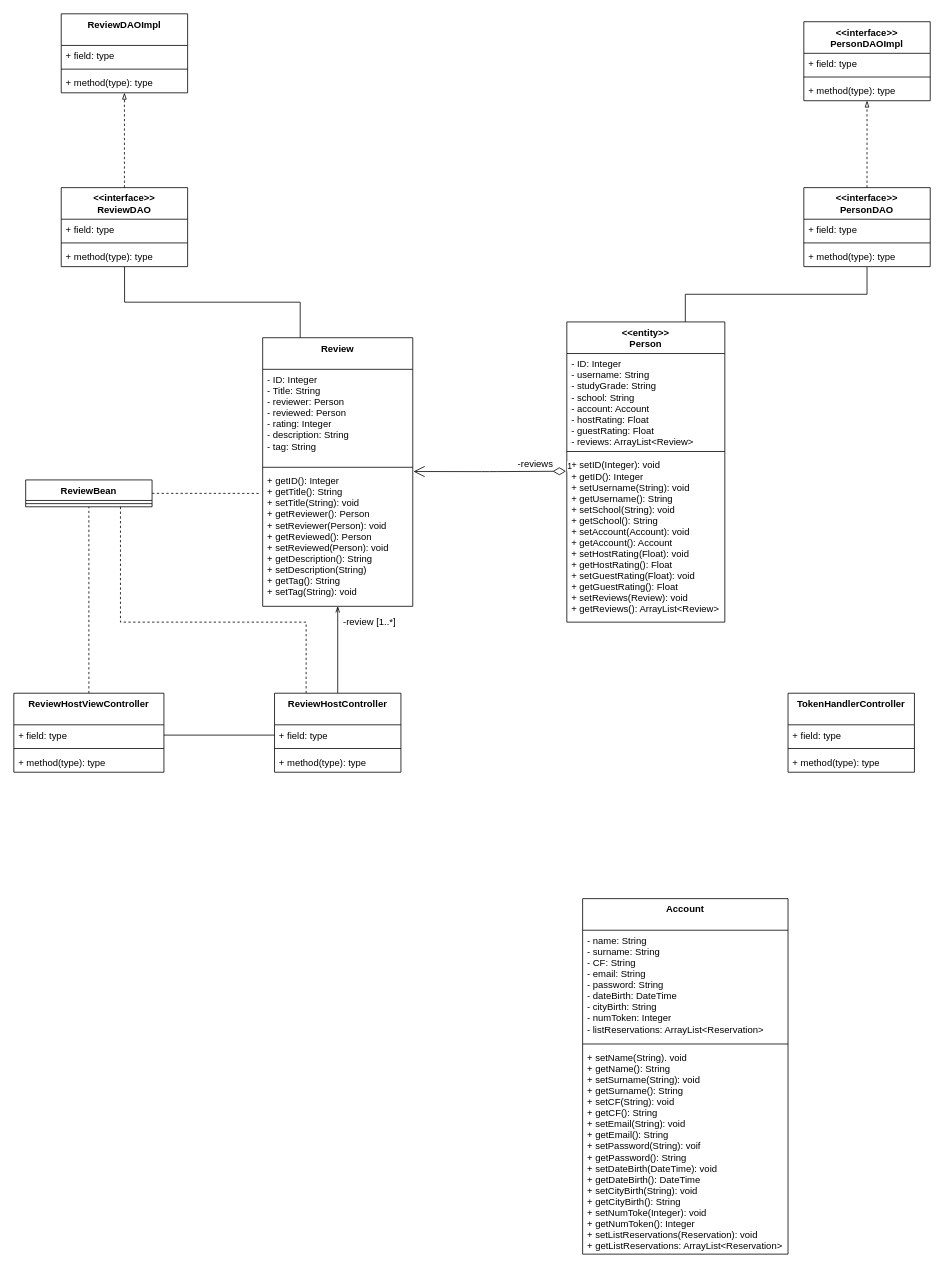
nic-agos/DoveStudi keeps this draw.io diagram as Deliverables/Design Level Class Diagram/DLCD ReviewHost Agostinelli.drawio. Above is the earlier version. Source tidied: cells renumbered, new cells numbered last; positions are measured from the earlier drawing's top-left corner, leaving out a move shared by most shapes. Both pictures are drawn from the tidied source at 79%, with x=0, y=0 at pixel (13, 13).
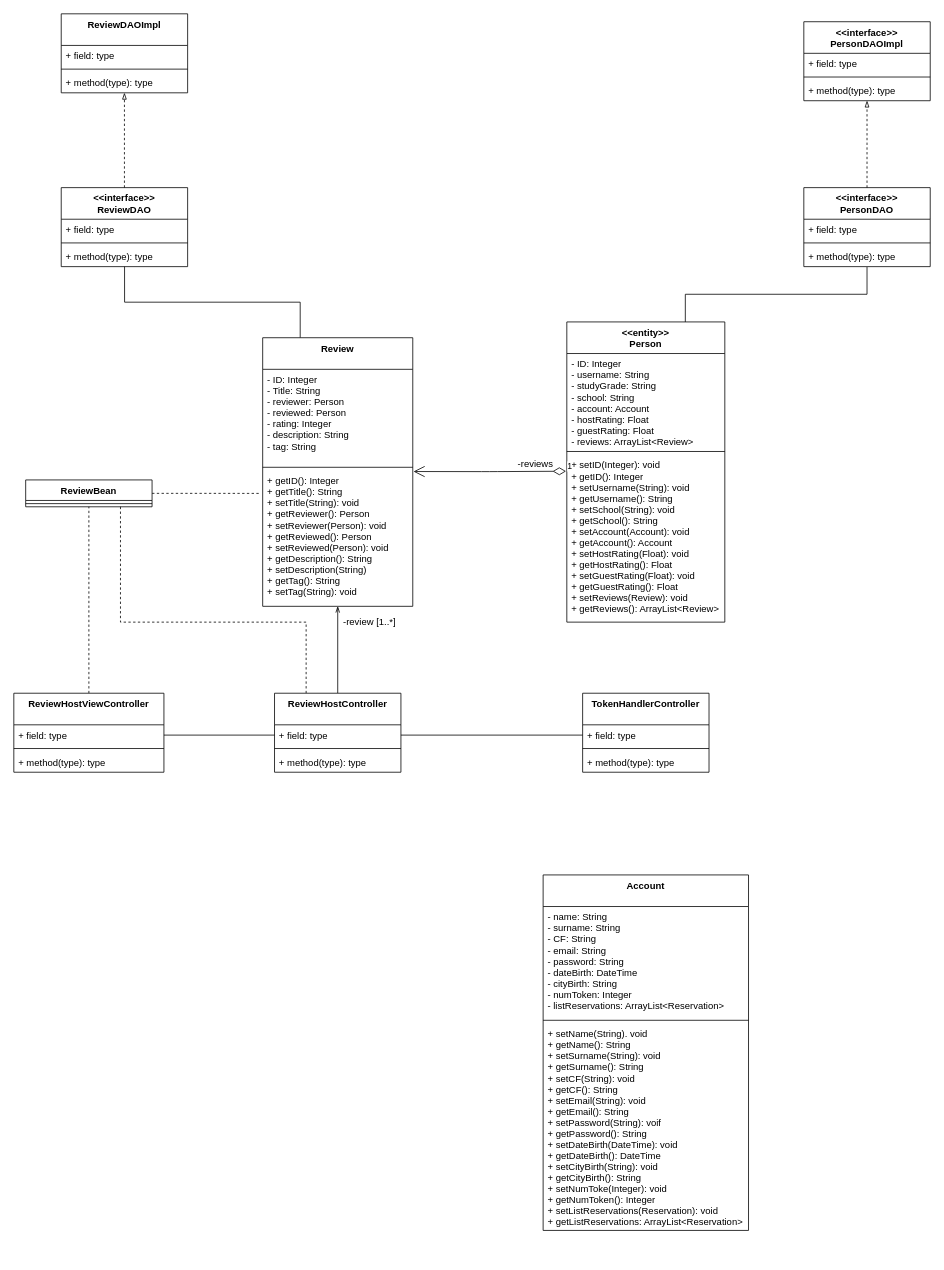
After the change.

Unchanged cells that the change refers to:
```xml
<mxCell id="5" value="+ field: type" style="text;strokeColor=none;fillColor=none;align=left;verticalAlign=top;spacingLeft=4;spacingRight=4;overflow=hidden;points=[[0,0.5],[1,0.5]];portConstraint=eastwest;" parent="4" vertex="1">
  <mxGeometry y="40" width="160" height="26" as="geometry" />
</mxCell>
<mxCell id="14" value="+ field: type" style="text;strokeColor=none;fillColor=none;align=left;verticalAlign=top;spacingLeft=4;spacingRight=4;overflow=hidden;points=[[0,0.5],[1,0.5]];portConstraint=eastwest;" parent="13" vertex="1">
  <mxGeometry y="40" width="160" height="26" as="geometry" />
</mxCell>
```

Diff of the diagram source:
```diff
@@
     <mxCell id="13" value="TokenHandlerController" style="swimlane;fontStyle=1;align=center;verticalAlign=top;horizontal=1;startSize=40;" parent="1" vertex="1">
-      <mxGeometry x="980" y="860" width="160" height="100" as="geometry" />
+      <mxGeometry x="720" y="860" width="160" height="100" as="geometry" />
     </mxCell>
@@
     <mxCell id="17" value="Account" style="swimlane;fontStyle=1;align=center;verticalAlign=top;horizontal=1;startSize=40;" parent="1" vertex="1">
-      <mxGeometry x="720" y="1120" width="260" height="450" as="geometry" />
+      <mxGeometry x="670" y="1090" width="260" height="450" as="geometry" />
     </mxCell>
@@
+    <mxCell id="56" style="edgeStyle=none;rounded=0;jettySize=auto;html=1;entryX=0;entryY=0.5;entryDx=0;entryDy=0;endArrow=none;endFill=0;" parent="1" edge="1" source="5" target="14">
+      <mxGeometry relative="1" as="geometry" />
+    </mxCell>
```
